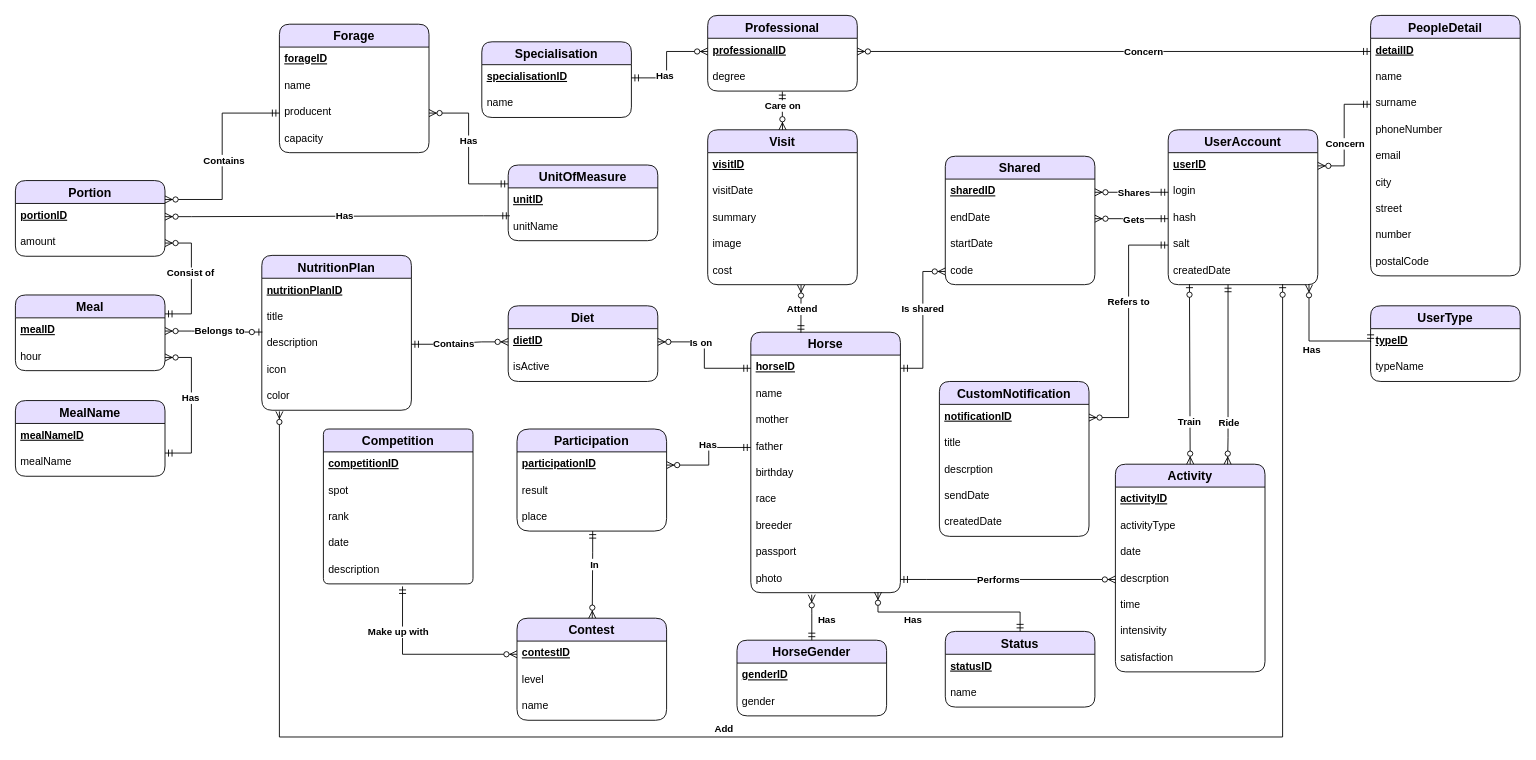
NSzymczak/HorseTracking keeps this draw.io diagram as Diagrams/Diagram ERD.drawio. Above is the earlier version. Source tidied: cells renumbered, new cells numbered last; positions are measured from the earlier drawing's top-left corner, leaving out a move shared by most shapes. Both pictures are drawn from the tidied source at 88%, with x=0, y=0 at pixel (15, 15).
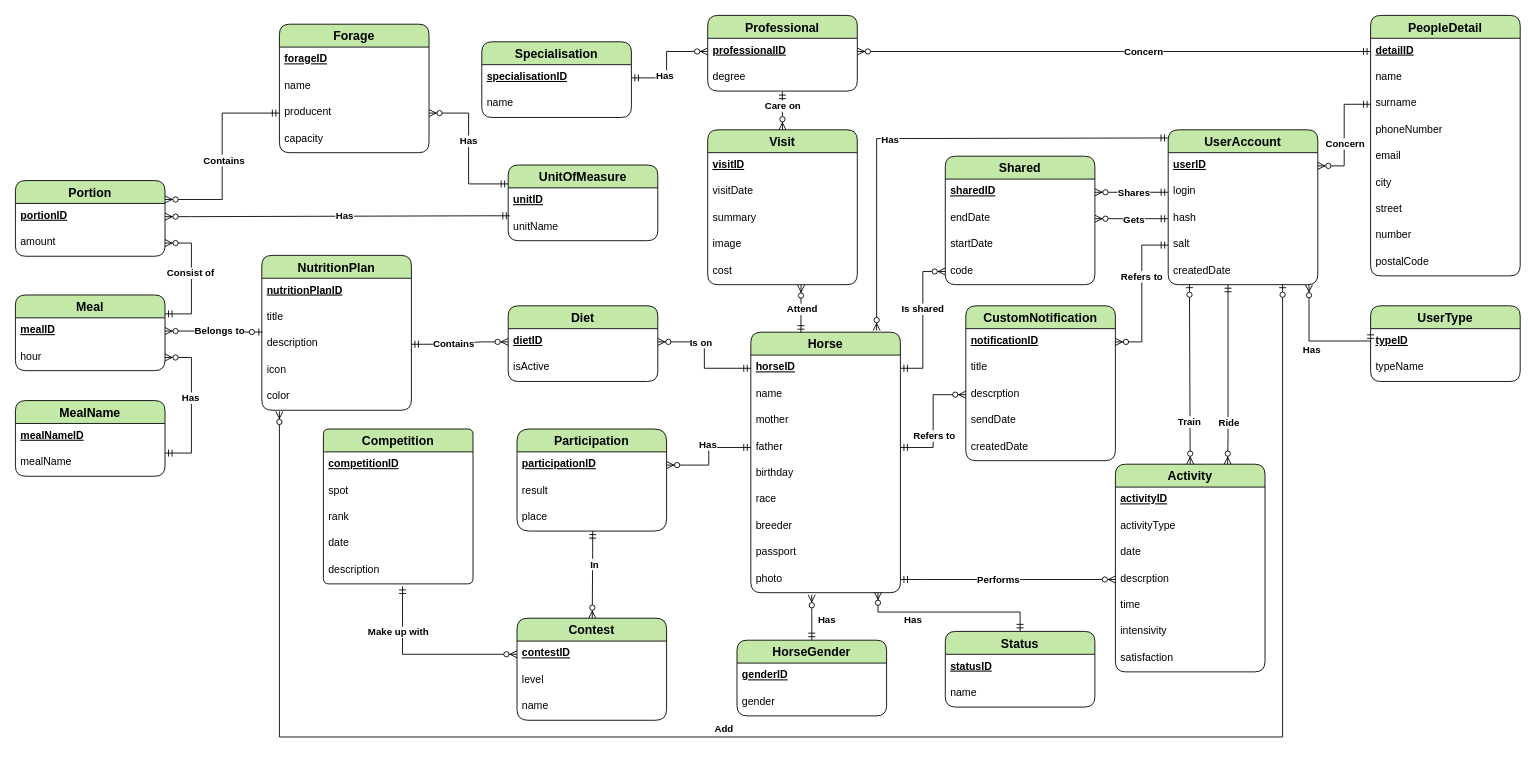
After the change.

The change refers to these unchanged cells:
```xml
<mxCell id="50" value="father" style="text;strokeColor=none;fillColor=none;spacingLeft=4;spacingRight=4;overflow=hidden;points=[[0,0.5],[1,0.5]];portConstraint=eastwest;fontSize=12;" parent="46" vertex="1">
  <mxGeometry y="116" width="170" height="30" as="geometry" />
</mxCell>
<mxCell id="67" value="descrption" style="text;strokeColor=none;fillColor=none;spacingLeft=4;spacingRight=4;overflow=hidden;points=[[0,0.5],[1,0.5]];portConstraint=eastwest;fontSize=12;" parent="64" vertex="1">
  <mxGeometry y="86" width="170" height="30" as="geometry" />
</mxCell>
```

Diff of the diagram source:
```diff
@@
-    <mxCell id="2" value="Forage" style="swimlane;fontStyle=1;horizontal=1;startSize=26;align=center;fontSize=14;rounded=1;shadow=0;fillColor=#E6DEFF;swimlaneFillColor=#FFFFFF;" parent="1" vertex="1">
+    <mxCell id="2" value="Forage" style="swimlane;fontStyle=1;horizontal=1;startSize=26;align=center;fontSize=14;rounded=1;shadow=0;fillColor=#C3E8A7;swimlaneFillColor=#FFFFFF;" parent="1" vertex="1">
       <mxGeometry x="300" y="10" width="170" height="146" as="geometry" />
     </mxCell>
@@
-    <mxCell id="7" value="UnitOfMeasure" style="swimlane;fontStyle=1;horizontal=1;startSize=26;align=center;fontSize=14;rounded=1;shadow=0;fillColor=#E6DEFF;swimlaneFillColor=#FFFFFF;" parent="1" vertex="1">
+    <mxCell id="7" value="UnitOfMeasure" style="swimlane;fontStyle=1;horizontal=1;startSize=26;align=center;fontSize=14;rounded=1;shadow=0;fillColor=#C3E8A7;swimlaneFillColor=#FFFFFF;" parent="1" vertex="1">
       <mxGeometry x="560" y="170" width="170" height="86" as="geometry" />
     </mxCell>
@@
-    <mxCell id="10" value="Visit" style="swimlane;fontStyle=1;horizontal=1;startSize=26;align=center;fontSize=14;rounded=1;shadow=0;fillColor=#E6DEFF;swimlaneFillColor=#FFFFFF;" parent="1" vertex="1">
+    <mxCell id="10" value="Visit" style="swimlane;fontStyle=1;horizontal=1;startSize=26;align=center;fontSize=14;rounded=1;shadow=0;fillColor=#C3E8A7;swimlaneFillColor=#FFFFFF;" parent="1" vertex="1">
       <mxGeometry x="786.7" y="130" width="170" height="176" as="geometry" />
     </mxCell>
@@
-    <mxCell id="16" value="Professional" style="swimlane;fontStyle=1;horizontal=1;startSize=26;align=center;fontSize=14;rounded=1;shadow=0;fillColor=#E6DEFF;swimlaneFillColor=#FFFFFF;" parent="1" vertex="1">
+    <mxCell id="16" value="Professional" style="swimlane;fontStyle=1;horizontal=1;startSize=26;align=center;fontSize=14;rounded=1;shadow=0;fillColor=#C3E8A7;swimlaneFillColor=#FFFFFF;" parent="1" vertex="1">
       <mxGeometry x="786.7" width="170" height="86" as="geometry" />
     </mxCell>
@@
-    <mxCell id="19" value="Specialisation" style="swimlane;fontStyle=1;horizontal=1;startSize=26;align=center;fontSize=14;rounded=1;shadow=0;fillColor=#E6DEFF;swimlaneFillColor=#FFFFFF;" parent="1" vertex="1">
+    <mxCell id="19" value="Specialisation" style="swimlane;fontStyle=1;horizontal=1;startSize=26;align=center;fontSize=14;rounded=1;shadow=0;fillColor=#C3E8A7;swimlaneFillColor=#FFFFFF;" parent="1" vertex="1">
       <mxGeometry x="530" y="30" width="170" height="86" as="geometry" />
     </mxCell>
@@
-    <mxCell id="22" value="Shared" style="swimlane;fontStyle=1;horizontal=1;startSize=26;align=center;fontSize=14;rounded=1;shadow=0;fillColor=#E6DEFF;swimlaneFillColor=#FFFFFF;" parent="1" vertex="1">
+    <mxCell id="22" value="Shared" style="swimlane;fontStyle=1;horizontal=1;startSize=26;align=center;fontSize=14;rounded=1;shadow=0;fillColor=#C3E8A7;swimlaneFillColor=#FFFFFF;" parent="1" vertex="1">
       <mxGeometry x="1056.7" y="160" width="170" height="146" as="geometry" />
     </mxCell>
@@
-    <mxCell id="27" value="PeopleDetail" style="swimlane;fontStyle=1;horizontal=1;startSize=26;align=center;fontSize=14;rounded=1;shadow=0;fillColor=#E6DEFF;swimlaneFillColor=#FFFFFF;" parent="1" vertex="1">
+    <mxCell id="27" value="PeopleDetail" style="swimlane;fontStyle=1;horizontal=1;startSize=26;align=center;fontSize=14;rounded=1;shadow=0;fillColor=#C3E8A7;swimlaneFillColor=#FFFFFF;" parent="1" vertex="1">
       <mxGeometry x="1540" width="170" height="296" as="geometry" />
     </mxCell>
@@
-    <mxCell id="37" value="UserType" style="swimlane;fontStyle=1;horizontal=1;startSize=26;align=center;fontSize=14;rounded=1;shadow=0;fillColor=#E6DEFF;swimlaneFillColor=#FFFFFF;" parent="1" vertex="1">
+    <mxCell id="37" value="UserType" style="swimlane;fontStyle=1;horizontal=1;startSize=26;align=center;fontSize=14;rounded=1;shadow=0;fillColor=#C3E8A7;swimlaneFillColor=#FFFFFF;" parent="1" vertex="1">
       <mxGeometry x="1540" y="330" width="170" height="86" as="geometry" />
     </mxCell>
@@
-    <mxCell id="40" value="UserAccount" style="swimlane;fontStyle=1;horizontal=1;startSize=26;align=center;fontSize=14;rounded=1;shadow=0;fillColor=#E6DEFF;swimlaneFillColor=#FFFFFF;" parent="1" vertex="1">
+    <mxCell id="40" value="UserAccount" style="swimlane;fontStyle=1;horizontal=1;startSize=26;align=center;fontSize=14;rounded=1;shadow=0;fillColor=#C3E8A7;swimlaneFillColor=#FFFFFF;" parent="1" vertex="1">
       <mxGeometry x="1310" y="130" width="170" height="176" as="geometry" />
     </mxCell>
@@
-    <mxCell id="46" value="Horse" style="swimlane;fontStyle=1;horizontal=1;startSize=26;align=center;fontSize=14;rounded=1;shadow=0;fillColor=#E6DEFF;swimlaneFillColor=#FFFFFF;" parent="1" vertex="1">
+    <mxCell id="46" value="Horse" style="swimlane;fontStyle=1;horizontal=1;startSize=26;align=center;fontSize=14;rounded=1;shadow=0;fillColor=#C3E8A7;swimlaneFillColor=#FFFFFF;" parent="1" vertex="1">
       <mxGeometry x="835.7" y="360" width="170" height="296" as="geometry" />
     </mxCell>
@@
-    <mxCell id="56" value="Activity" style="swimlane;fontStyle=1;horizontal=1;startSize=26;align=center;fontSize=14;rounded=1;shadow=0;fillColor=#E6DEFF;swimlaneFillColor=#FFFFFF;" parent="1" vertex="1">
+    <mxCell id="56" value="Activity" style="swimlane;fontStyle=1;horizontal=1;startSize=26;align=center;fontSize=14;rounded=1;shadow=0;fillColor=#C3E8A7;swimlaneFillColor=#FFFFFF;" parent="1" vertex="1">
       <mxGeometry x="1250" y="510" width="170" height="236" as="geometry" />
     </mxCell>
@@
-    <mxCell id="64" value="CustomNotification" style="swimlane;fontStyle=1;horizontal=1;startSize=26;align=center;fontSize=14;rounded=1;shadow=0;fillColor=#E6DEFF;swimlaneFillColor=#FFFFFF;" parent="1" vertex="1">
-      <mxGeometry x="1050" y="416" width="170" height="176" as="geometry" />
+    <mxCell id="64" value="CustomNotification" style="swimlane;fontStyle=1;horizontal=1;startSize=26;align=center;fontSize=14;rounded=1;shadow=0;fillColor=#C3E8A7;swimlaneFillColor=#FFFFFF;" parent="1" vertex="1">
+      <mxGeometry x="1080" y="330" width="170" height="176" as="geometry" />
     </mxCell>
@@
-    <mxCell id="70" value="Status" style="swimlane;fontStyle=1;horizontal=1;startSize=26;align=center;fontSize=14;rounded=1;shadow=0;fillColor=#E6DEFF;swimlaneFillColor=#FFFFFF;" parent="1" vertex="1">
+    <mxCell id="70" value="Status" style="swimlane;fontStyle=1;horizontal=1;startSize=26;align=center;fontSize=14;rounded=1;shadow=0;fillColor=#C3E8A7;swimlaneFillColor=#FFFFFF;" parent="1" vertex="1">
       <mxGeometry x="1056.7" y="700" width="170" height="86" as="geometry" />
     </mxCell>
@@
-    <mxCell id="73" value="HorseGender" style="swimlane;fontStyle=1;horizontal=1;startSize=26;align=center;fontSize=14;rounded=1;shadow=0;fillColor=#E6DEFF;swimlaneFillColor=#FFFFFF;" parent="1" vertex="1">
+    <mxCell id="73" value="HorseGender" style="swimlane;fontStyle=1;horizontal=1;startSize=26;align=center;fontSize=14;rounded=1;shadow=0;fillColor=#C3E8A7;swimlaneFillColor=#FFFFFF;" parent="1" vertex="1">
       <mxGeometry x="820" y="710" width="170" height="86" as="geometry" />
     </mxCell>
@@
-    <mxCell id="76" value="Competition" style="swimlane;fontStyle=1;horizontal=1;startSize=26;align=center;fontSize=14;rounded=1;shadow=0;fillColor=#E6DEFF;swimlaneFillColor=#FFFFFF;arcSize=8;" parent="1" vertex="1">
+    <mxCell id="76" value="Competition" style="swimlane;fontStyle=1;horizontal=1;startSize=26;align=center;fontSize=14;rounded=1;shadow=0;fillColor=#C3E8A7;swimlaneFillColor=#FFFFFF;arcSize=8;" parent="1" vertex="1">
       <mxGeometry x="350" y="470" width="170" height="176" as="geometry" />
     </mxCell>
@@
-    <mxCell id="82" value="NutritionPlan" style="swimlane;fontStyle=1;horizontal=1;startSize=26;align=center;fontSize=14;rounded=1;shadow=0;fillColor=#E6DEFF;swimlaneFillColor=#FFFFFF;" parent="1" vertex="1">
+    <mxCell id="82" value="NutritionPlan" style="swimlane;fontStyle=1;horizontal=1;startSize=26;align=center;fontSize=14;rounded=1;shadow=0;fillColor=#C3E8A7;swimlaneFillColor=#FFFFFF;" parent="1" vertex="1">
       <mxGeometry x="280" y="272.7" width="170" height="176" as="geometry" />
     </mxCell>
@@
-    <mxCell id="88" value="Portion" style="swimlane;fontStyle=1;horizontal=1;startSize=26;align=center;fontSize=14;rounded=1;shadow=0;fillColor=#E6DEFF;swimlaneFillColor=#FFFFFF;" parent="1" vertex="1">
+    <mxCell id="88" value="Portion" style="swimlane;fontStyle=1;horizontal=1;startSize=26;align=center;fontSize=14;rounded=1;shadow=0;fillColor=#C3E8A7;swimlaneFillColor=#FFFFFF;" parent="1" vertex="1">
       <mxGeometry y="187.7" width="170" height="86" as="geometry" />
     </mxCell>
@@
-    <mxCell id="91" value="MealName" style="swimlane;fontStyle=1;horizontal=1;startSize=26;align=center;fontSize=14;rounded=1;shadow=0;fillColor=#E6DEFF;swimlaneFillColor=#FFFFFF;" parent="1" vertex="1">
+    <mxCell id="91" value="MealName" style="swimlane;fontStyle=1;horizontal=1;startSize=26;align=center;fontSize=14;rounded=1;shadow=0;fillColor=#C3E8A7;swimlaneFillColor=#FFFFFF;" parent="1" vertex="1">
       <mxGeometry y="437.7" width="170" height="86" as="geometry" />
     </mxCell>
@@
-    <mxCell id="94" value="Meal" style="swimlane;fontStyle=1;horizontal=1;startSize=26;align=center;fontSize=14;rounded=1;shadow=0;fillColor=#E6DEFF;swimlaneFillColor=#FFFFFF;" parent="1" vertex="1">
+    <mxCell id="94" value="Meal" style="swimlane;fontStyle=1;horizontal=1;startSize=26;align=center;fontSize=14;rounded=1;shadow=0;fillColor=#C3E8A7;swimlaneFillColor=#FFFFFF;" parent="1" vertex="1">
       <mxGeometry y="317.7" width="170" height="86" as="geometry" />
     </mxCell>
@@
-    <mxCell id="133" value="Diet" style="swimlane;fontStyle=1;horizontal=1;startSize=26;align=center;fontSize=14;rounded=1;shadow=0;fillColor=#E6DEFF;swimlaneFillColor=#FFFFFF;" parent="1" vertex="1">
+    <mxCell id="133" value="Diet" style="swimlane;fontStyle=1;horizontal=1;startSize=26;align=center;fontSize=14;rounded=1;shadow=0;fillColor=#C3E8A7;swimlaneFillColor=#FFFFFF;" parent="1" vertex="1">
       <mxGeometry x="560" y="330" width="170" height="86" as="geometry" />
     </mxCell>
@@
-    <mxCell id="152" value="Participation" style="swimlane;fontStyle=1;horizontal=1;startSize=26;align=center;fontSize=14;rounded=1;shadow=0;fillColor=#E6DEFF;swimlaneFillColor=#FFFFFF;arcSize=18;" parent="1" vertex="1">
+    <mxCell id="152" value="Participation" style="swimlane;fontStyle=1;horizontal=1;startSize=26;align=center;fontSize=14;rounded=1;shadow=0;fillColor=#C3E8A7;swimlaneFillColor=#FFFFFF;arcSize=18;" parent="1" vertex="1">
       <mxGeometry x="570" y="470" width="170" height="116" as="geometry" />
     </mxCell>
@@
-    <mxCell id="156" value="Contest" style="swimlane;fontStyle=1;horizontal=1;startSize=26;align=center;fontSize=14;rounded=1;shadow=0;fillColor=#E6DEFF;swimlaneFillColor=#FFFFFF;arcSize=16;" parent="1" vertex="1">
+    <mxCell id="156" value="Contest" style="swimlane;fontStyle=1;horizontal=1;startSize=26;align=center;fontSize=14;rounded=1;shadow=0;fillColor=#C3E8A7;swimlaneFillColor=#FFFFFF;arcSize=16;" parent="1" vertex="1">
       <mxGeometry x="570" y="685" width="170" height="116" as="geometry" />
     </mxCell>
@@
+    <mxCell id="162" style="edgeStyle=orthogonalEdgeStyle;fontSize=12;html=1;endArrow=ERzeroToMany;startArrow=ERmandOne;rounded=0;entryX=0;entryY=0.5;entryDx=0;entryDy=0;exitX=1;exitY=0.5;exitDx=0;exitDy=0;" parent="1" edge="1" source="50" target="67">
+      <mxGeometry relative="1" as="geometry" />
+    </mxCell>
+    <mxCell id="163" value="&lt;b&gt;Refers to&lt;/b&gt;" style="edgeLabel;html=1;align=center;verticalAlign=middle;" parent="162" vertex="1">
+      <mxGeometry x="-0.24" y="-1" relative="1" as="geometry" />
+    </mxCell>
+    <mxCell id="164" style="edgeStyle=orthogonalEdgeStyle;fontSize=12;html=1;endArrow=ERzeroToMany;startArrow=ERmandOne;rounded=0;exitX=-0.001;exitY=0.053;exitDx=0;exitDy=0;exitPerimeter=0;entryX=0.841;entryY=-0.006;entryDx=0;entryDy=0;entryPerimeter=0;" parent="1" edge="1" source="40" target="46">
+      <mxGeometry relative="1" as="geometry">
+        <Array as="points">
+          <mxPoint x="1290" y="140" />
+          <mxPoint x="979" y="140" />
+        </Array>
+      </mxGeometry>
+    </mxCell>
+    <mxCell id="165" value="Has" style="edgeLabel;html=1;align=center;verticalAlign=middle;fontStyle=1;" parent="164" vertex="1">
+      <mxGeometry x="0.15" y="1" relative="1" as="geometry" />
+    </mxCell>
```
